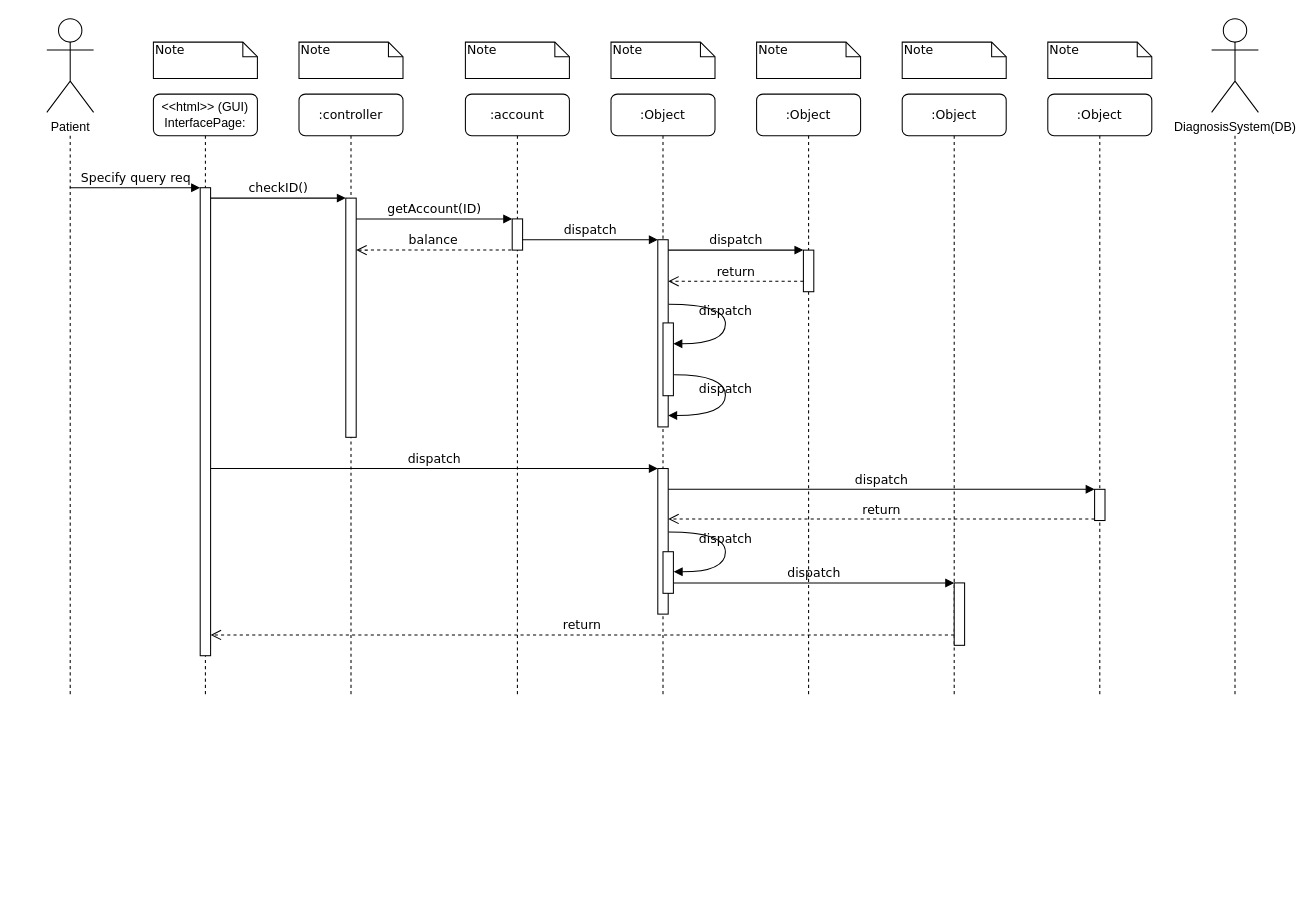
Above: patient/UC4_sequence_diag.drawio in yhb1834/Smart-Health-Prediction-System (draw.io), before the change. Source tidied: cells renumbered, new cells numbered last; positions are measured from the earlier drawing's top-left corner, leaving out a move shared by most shapes. Both pictures are drawn from the tidied source at 104%, with x=0, y=0 at pixel (18, 19).
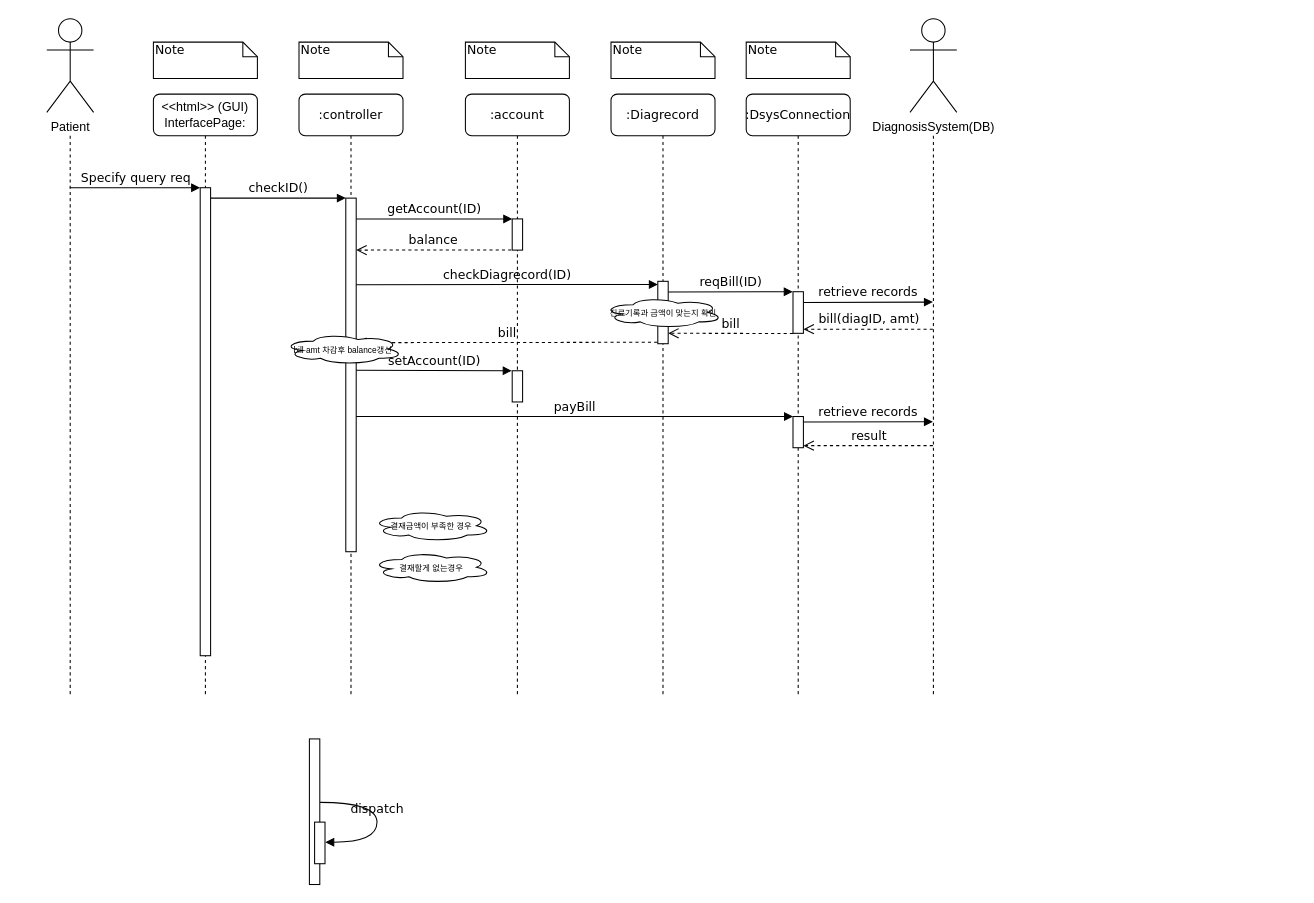
The same diagram, later.

Unchanged cells that the change refers to:
```xml
<mxCell id="2" value=":controller" style="shape=umlLifeline;perimeter=lifelinePerimeter;whiteSpace=wrap;html=1;rounded=1;shadow=0;comic=0;labelBackgroundColor=none;strokeWidth=1;fontFamily=Verdana;fontSize=12;align=center;" parent="1" vertex="1">
  <mxGeometry x="270" y="72" width="100" height="580" as="geometry" />
</mxCell>
<mxCell id="5" style="html=1;points=[];perimeter=orthogonalPerimeter;rounded=0;shadow=0;comic=0;labelBackgroundColor=none;strokeWidth=1;fontFamily=Verdana;fontSize=12;align=center;" parent="4" vertex="1">
  <mxGeometry x="45" y="120" width="10" height="30" as="geometry" />
</mxCell>
<mxCell id="11" style="html=1;points=[];perimeter=orthogonalPerimeter;rounded=0;shadow=0;comic=0;labelBackgroundColor=none;strokeWidth=1;fontFamily=Verdana;fontSize=12;align=center;" parent="10" vertex="1">
  <mxGeometry x="45" y="90" width="10" height="450" as="geometry" />
</mxCell>
```

The edit, as a diff of the source:
```diff
@@
     <mxCell id="3" style="html=1;points=[];perimeter=orthogonalPerimeter;rounded=0;shadow=0;comic=0;labelBackgroundColor=none;strokeWidth=1;fontFamily=Verdana;fontSize=12;align=center;" parent="2" vertex="1">
-      <mxGeometry x="45" y="100" width="10" height="230" as="geometry" />
+      <mxGeometry x="45" y="100" width="10" height="340" as="geometry" />
     </mxCell>
@@
-    <mxCell id="6" value=":Object" style="shape=umlLifeline;perimeter=lifelinePerimeter;whiteSpace=wrap;html=1;rounded=1;shadow=0;comic=0;labelBackgroundColor=none;strokeWidth=1;fontFamily=Verdana;fontSize=12;align=center;" parent="1" vertex="1">
+    <mxCell id="6" value=":Diagrecord" style="shape=umlLifeline;perimeter=lifelinePerimeter;whiteSpace=wrap;html=1;rounded=1;shadow=0;comic=0;labelBackgroundColor=none;strokeWidth=1;fontFamily=Verdana;fontSize=12;align=center;" parent="1" vertex="1">
       <mxGeometry x="570" y="72" width="100" height="580" as="geometry" />
     </mxCell>
-    <mxCell id="7" value=":Object" style="shape=umlLifeline;perimeter=lifelinePerimeter;whiteSpace=wrap;html=1;rounded=1;shadow=0;comic=0;labelBackgroundColor=none;strokeWidth=1;fontFamily=Verdana;fontSize=12;align=center;" parent="1" vertex="1">
-      <mxGeometry x="710" y="72" width="100" height="580" as="geometry" />
-    </mxCell>
-    <mxCell id="8" value=":Object" style="shape=umlLifeline;perimeter=lifelinePerimeter;whiteSpace=wrap;html=1;rounded=1;shadow=0;comic=0;labelBackgroundColor=none;strokeWidth=1;fontFamily=Verdana;fontSize=12;align=center;" parent="1" vertex="1">
-      <mxGeometry x="850" y="72" width="100" height="580" as="geometry" />
-    </mxCell>
-    <mxCell id="9" value=":Object" style="shape=umlLifeline;perimeter=lifelinePerimeter;whiteSpace=wrap;html=1;rounded=1;shadow=0;comic=0;labelBackgroundColor=none;strokeWidth=1;fontFamily=Verdana;fontSize=12;align=center;" parent="1" vertex="1">
-      <mxGeometry x="990" y="72" width="100" height="580" as="geometry" />
+    <mxCell id="9" value=":DsysConnection" style="shape=umlLifeline;perimeter=lifelinePerimeter;whiteSpace=wrap;html=1;rounded=1;shadow=0;comic=0;labelBackgroundColor=none;strokeWidth=1;fontFamily=Verdana;fontSize=12;align=center;" parent="1" vertex="1">
+      <mxGeometry x="700" y="72" width="100" height="580" as="geometry" />
     </mxCell>
+    <mxCell id="19" style="html=1;points=[];perimeter=orthogonalPerimeter;rounded=0;shadow=0;comic=0;labelBackgroundColor=none;strokeColor=#000000;strokeWidth=1;fillColor=#FFFFFF;fontFamily=Verdana;fontSize=12;fontColor=#000000;align=center;" parent="9" vertex="1">
+      <mxGeometry x="45" y="310" width="10" height="30" as="geometry" />
+    </mxCell>
@@
     <mxCell id="12" style="html=1;points=[];perimeter=orthogonalPerimeter;rounded=0;shadow=0;comic=0;labelBackgroundColor=none;strokeWidth=1;fontFamily=Verdana;fontSize=12;align=center;" parent="1" vertex="1">
-      <mxGeometry x="615" y="212" width="10" height="180" as="geometry" />
+      <mxGeometry x="615" y="252" width="10" height="60" as="geometry" />
     </mxCell>
-    <mxCell id="13" value="dispatch" style="html=1;verticalAlign=bottom;endArrow=block;labelBackgroundColor=none;fontFamily=Verdana;fontSize=12;edgeStyle=elbowEdgeStyle;elbow=vertical;" parent="1" edge="1" source="5" target="12">
-      <mxGeometry relative="1" as="geometry">
-        <Array as="points">
-          <mxPoint x="490" y="212" />
-        </Array>
-      </mxGeometry>
-    </mxCell>
-    <mxCell id="14" style="html=1;points=[];perimeter=orthogonalPerimeter;rounded=0;shadow=0;comic=0;labelBackgroundColor=none;strokeWidth=1;fontFamily=Verdana;fontSize=12;align=center;" parent="1" vertex="1">
-      <mxGeometry x="755" y="222" width="10" height="40" as="geometry" />
-    </mxCell>
-    <mxCell id="15" value="dispatch" style="html=1;verticalAlign=bottom;endArrow=block;entryX=0;entryY=0;labelBackgroundColor=none;fontFamily=Verdana;fontSize=12;edgeStyle=elbowEdgeStyle;elbow=vertical;" parent="1" edge="1" source="12" target="14">
-      <mxGeometry relative="1" as="geometry" />
-    </mxCell>
-    <mxCell id="16" value="return" style="html=1;verticalAlign=bottom;endArrow=open;dashed=1;endSize=8;labelBackgroundColor=none;fontFamily=Verdana;fontSize=12;edgeStyle=elbowEdgeStyle;elbow=vertical;" parent="1" edge="1" source="14" target="12">
-      <mxGeometry relative="1" as="geometry">
-        <Array as="points">
-          <mxPoint x="700" y="252" />
-          <mxPoint x="730" y="252" />
-        </Array>
-      </mxGeometry>
-    </mxCell>
     <mxCell id="17" style="html=1;points=[];perimeter=orthogonalPerimeter;rounded=0;shadow=0;comic=0;labelBackgroundColor=none;strokeWidth=1;fontFamily=Verdana;fontSize=12;align=center;" parent="1" vertex="1">
-      <mxGeometry x="615" y="432" width="10" height="140" as="geometry" />
+      <mxGeometry x="280" y="692" width="10" height="140" as="geometry" />
     </mxCell>
-    <mxCell id="18" value="dispatch" style="html=1;verticalAlign=bottom;endArrow=block;entryX=0;entryY=0;labelBackgroundColor=none;fontFamily=Verdana;fontSize=12;" parent="1" edge="1" source="11" target="17">
-      <mxGeometry relative="1" as="geometry" />
-    </mxCell>
-    <mxCell id="19" style="html=1;points=[];perimeter=orthogonalPerimeter;rounded=0;shadow=0;comic=0;labelBackgroundColor=none;strokeColor=#000000;strokeWidth=1;fillColor=#FFFFFF;fontFamily=Verdana;fontSize=12;fontColor=#000000;align=center;" parent="1" vertex="1">
-      <mxGeometry x="1035" y="452" width="10" height="30" as="geometry" />
-    </mxCell>
-    <mxCell id="20" value="dispatch" style="html=1;verticalAlign=bottom;endArrow=block;entryX=0;entryY=0;labelBackgroundColor=none;fontFamily=Verdana;fontSize=12;" parent="1" edge="1" source="17" target="19">
-      <mxGeometry relative="1" as="geometry" />
-    </mxCell>
-    <mxCell id="21" value="return" style="html=1;verticalAlign=bottom;endArrow=open;dashed=1;endSize=8;exitX=0;exitY=0.95;labelBackgroundColor=none;fontFamily=Verdana;fontSize=12;" parent="1" edge="1" source="19" target="17">
-      <mxGeometry relative="1" as="geometry" />
-    </mxCell>
-    <mxCell id="22" style="html=1;points=[];perimeter=orthogonalPerimeter;rounded=0;shadow=0;comic=0;labelBackgroundColor=none;strokeWidth=1;fontFamily=Verdana;fontSize=12;align=center;" parent="1" vertex="1">
-      <mxGeometry x="900" y="542" width="10" height="60" as="geometry" />
-    </mxCell>
-    <mxCell id="23" value="dispatch" style="html=1;verticalAlign=bottom;endArrow=block;entryX=0;entryY=0;labelBackgroundColor=none;fontFamily=Verdana;fontSize=12;edgeStyle=elbowEdgeStyle;elbow=vertical;" parent="1" edge="1" source="30" target="22">
-      <mxGeometry relative="1" as="geometry" />
-    </mxCell>
-    <mxCell id="24" value="return" style="html=1;verticalAlign=bottom;endArrow=open;dashed=1;endSize=8;labelBackgroundColor=none;fontFamily=Verdana;fontSize=12;edgeStyle=elbowEdgeStyle;elbow=vertical;" parent="1" edge="1" source="22" target="11">
-      <mxGeometry relative="1" as="geometry">
-        <Array as="points">
-          <mxPoint x="600" y="592" />
-        </Array>
-      </mxGeometry>
-    </mxCell>
@@
-    <mxCell id="27" style="html=1;points=[];perimeter=orthogonalPerimeter;rounded=0;shadow=0;comic=0;labelBackgroundColor=none;strokeWidth=1;fontFamily=Verdana;fontSize=12;align=center;" parent="1" vertex="1">
-      <mxGeometry x="620" y="292" width="10" height="70" as="geometry" />
-    </mxCell>
-    <mxCell id="28" value="dispatch" style="html=1;verticalAlign=bottom;endArrow=block;labelBackgroundColor=none;fontFamily=Verdana;fontSize=12;elbow=vertical;edgeStyle=orthogonalEdgeStyle;curved=1;entryX=1;entryY=0.286;entryPerimeter=0;exitX=1.038;exitY=0.345;exitPerimeter=0;" parent="1" edge="1" source="12" target="27">
-      <mxGeometry relative="1" as="geometry">
-        <Array as="points">
-          <mxPoint x="680" y="274" />
-          <mxPoint x="680" y="312" />
-        </Array>
-      </mxGeometry>
-    </mxCell>
-    <mxCell id="29" value="dispatch" style="html=1;verticalAlign=bottom;endArrow=block;labelBackgroundColor=none;fontFamily=Verdana;fontSize=12;elbow=vertical;edgeStyle=orthogonalEdgeStyle;curved=1;exitX=1.066;exitY=0.713;exitPerimeter=0;" parent="1" edge="1" source="27">
-      <mxGeometry relative="1" as="geometry">
-        <mxPoint x="625" y="381" as="targetPoint" />
-        <Array as="points">
-          <mxPoint x="680" y="342" />
-          <mxPoint x="680" y="381" />
-        </Array>
-      </mxGeometry>
-    </mxCell>
     <mxCell id="30" style="html=1;points=[];perimeter=orthogonalPerimeter;rounded=0;shadow=0;comic=0;labelBackgroundColor=none;strokeWidth=1;fontFamily=Verdana;fontSize=12;align=center;" parent="1" vertex="1">
-      <mxGeometry x="620" y="512" width="10" height="40" as="geometry" />
+      <mxGeometry x="285" y="772" width="10" height="40" as="geometry" />
     </mxCell>
     <mxCell id="31" value="dispatch" style="html=1;verticalAlign=bottom;endArrow=block;labelBackgroundColor=none;fontFamily=Verdana;fontSize=12;elbow=vertical;edgeStyle=orthogonalEdgeStyle;curved=1;entryX=1;entryY=0.286;entryPerimeter=0;exitX=1.038;exitY=0.345;exitPerimeter=0;" parent="1" edge="1">
       <mxGeometry relative="1" as="geometry">
-        <mxPoint x="625.3" y="493" as="sourcePoint" />
-        <mxPoint x="630.3" y="531.3" as="targetPoint" />
+        <mxPoint x="290.3" y="753" as="sourcePoint" />
+        <mxPoint x="295.3" y="791.3" as="targetPoint" />
         <Array as="points">
-          <mxPoint x="680" y="493" />
-          <mxPoint x="680" y="531" />
+          <mxPoint x="345" y="753" />
+          <mxPoint x="345" y="791" />
         </Array>
       </mxGeometry>
     </mxCell>
@@
-    <mxCell id="36" value="Note" style="shape=note;whiteSpace=wrap;html=1;size=14;verticalAlign=top;align=left;spacingTop=-6;rounded=0;shadow=0;comic=0;labelBackgroundColor=none;strokeWidth=1;fontFamily=Verdana;fontSize=12;" parent="1" vertex="1">
-      <mxGeometry x="710" y="22" width="100" height="35" as="geometry" />
-    </mxCell>
-    <mxCell id="37" value="Note" style="shape=note;whiteSpace=wrap;html=1;size=14;verticalAlign=top;align=left;spacingTop=-6;rounded=0;shadow=0;comic=0;labelBackgroundColor=none;strokeWidth=1;fontFamily=Verdana;fontSize=12;" parent="1" vertex="1">
-      <mxGeometry x="850" y="22" width="100" height="35" as="geometry" />
-    </mxCell>
     <mxCell id="38" value="Note" style="shape=note;whiteSpace=wrap;html=1;size=14;verticalAlign=top;align=left;spacingTop=-6;rounded=0;shadow=0;comic=0;labelBackgroundColor=none;strokeWidth=1;fontFamily=Verdana;fontSize=12;" parent="1" vertex="1">
-      <mxGeometry x="990" y="22" width="100" height="35" as="geometry" />
+      <mxGeometry x="700" y="22" width="100" height="35" as="geometry" />
     </mxCell>
@@
     <mxCell id="41" style="shape=umlLifeline;perimeter=lifelinePerimeter;whiteSpace=wrap;html=1;outlineConnect=0;rounded=1;shadow=0;comic=0;labelBackgroundColor=none;strokeWidth=1;fontFamily=Verdana;fontSize=12;align=center;size=0;" parent="1" vertex="1">
-      <mxGeometry x="1120" y="112" width="100" height="540" as="geometry" />
+      <mxGeometry x="830" y="112" width="100" height="540" as="geometry" />
     </mxCell>
     <mxCell id="42" value="DiagnosisSystem(DB)&lt;br&gt;" style="shape=umlActor;verticalLabelPosition=bottom;verticalAlign=top;html=1;" parent="1" vertex="1">
-      <mxGeometry x="1147.5" y="-0.5" width="45" height="90" as="geometry" />
+      <mxGeometry x="857.5" y="-0.5" width="45" height="90" as="geometry" />
     </mxCell>
@@
+    <mxCell id="45" value="setAccount(ID)" style="html=1;verticalAlign=bottom;endArrow=block;entryX=-0.051;entryY=-0.006;labelBackgroundColor=none;fontFamily=Verdana;fontSize=12;edgeStyle=elbowEdgeStyle;elbow=vertical;entryDx=0;entryDy=0;entryPerimeter=0;" parent="1" edge="1" target="46">
+      <mxGeometry relative="1" as="geometry">
+        <mxPoint x="325" y="337.5" as="sourcePoint" />
+      </mxGeometry>
+    </mxCell>
+    <mxCell id="46" style="html=1;points=[];perimeter=orthogonalPerimeter;rounded=0;shadow=0;comic=0;labelBackgroundColor=none;strokeWidth=1;fontFamily=Verdana;fontSize=12;align=center;" parent="1" vertex="1">
+      <mxGeometry x="475" y="338" width="10" height="30" as="geometry" />
+    </mxCell>
+    <mxCell id="47" value="checkDiagrecord(ID)" style="html=1;verticalAlign=bottom;endArrow=block;labelBackgroundColor=none;fontFamily=Verdana;fontSize=12;edgeStyle=elbowEdgeStyle;elbow=vertical;exitX=1.1;exitY=0.611;exitDx=0;exitDy=0;exitPerimeter=0;" parent="1" edge="1">
+      <mxGeometry relative="1" as="geometry">
+        <mxPoint x="325" y="255.3" as="sourcePoint" />
+        <mxPoint x="615" y="255" as="targetPoint" />
+        <Array as="points">
+          <mxPoint x="515" y="255" />
+        </Array>
+      </mxGeometry>
+    </mxCell>
+    <mxCell id="48" style="html=1;points=[];perimeter=orthogonalPerimeter;rounded=0;shadow=0;comic=0;labelBackgroundColor=none;strokeColor=#000000;strokeWidth=1;fillColor=#FFFFFF;fontFamily=Verdana;fontSize=12;fontColor=#000000;align=center;" parent="1" vertex="1">
+      <mxGeometry x="745" y="262" width="10" height="40" as="geometry" />
+    </mxCell>
+    <mxCell id="49" value="reqBill(ID)" style="html=1;verticalAlign=bottom;endArrow=block;labelBackgroundColor=none;fontFamily=Verdana;fontSize=12;edgeStyle=elbowEdgeStyle;elbow=vertical;exitX=1.1;exitY=0.611;exitDx=0;exitDy=0;exitPerimeter=0;entryX=-0.035;entryY=0.088;entryDx=0;entryDy=0;entryPerimeter=0;" parent="1" edge="1">
+      <mxGeometry relative="1" as="geometry">
+        <mxPoint x="625" y="262.3" as="sourcePoint" />
+        <mxPoint x="744.7" y="261.6" as="targetPoint" />
+        <Array as="points">
+          <mxPoint x="815" y="262" />
+        </Array>
+      </mxGeometry>
+    </mxCell>
+    <mxCell id="50" value="bill(diagID, amt)" style="html=1;verticalAlign=bottom;endArrow=open;dashed=1;endSize=8;labelBackgroundColor=none;fontFamily=Verdana;fontSize=12;" parent="1" edge="1">
+      <mxGeometry relative="1" as="geometry">
+        <mxPoint x="879.5" y="298" as="sourcePoint" />
+        <mxPoint x="755" y="298" as="targetPoint" />
+      </mxGeometry>
+    </mxCell>
+    <mxCell id="51" value="retrieve records" style="html=1;verticalAlign=bottom;endArrow=block;labelBackgroundColor=none;fontFamily=Verdana;fontSize=12;edgeStyle=elbowEdgeStyle;elbow=vertical;exitX=1.1;exitY=0.611;exitDx=0;exitDy=0;exitPerimeter=0;" parent="1" edge="1" target="41">
+      <mxGeometry relative="1" as="geometry">
+        <mxPoint x="755" y="272.3" as="sourcePoint" />
+        <Array as="points">
+          <mxPoint x="945" y="272" />
+        </Array>
+      </mxGeometry>
+    </mxCell>
+    <mxCell id="52" value="payBill" style="html=1;verticalAlign=bottom;endArrow=block;labelBackgroundColor=none;fontFamily=Verdana;fontSize=12;edgeStyle=elbowEdgeStyle;elbow=vertical;" parent="1" edge="1" source="3">
+      <mxGeometry relative="1" as="geometry">
+        <mxPoint x="745" y="382" as="targetPoint" />
+      </mxGeometry>
+    </mxCell>
+    <mxCell id="53" value="bill" style="html=1;verticalAlign=bottom;endArrow=open;dashed=1;endSize=8;labelBackgroundColor=none;fontFamily=Verdana;fontSize=12;exitX=-0.001;exitY=1.003;exitDx=0;exitDy=0;exitPerimeter=0;" parent="1" edge="1" source="48">
+      <mxGeometry relative="1" as="geometry">
+        <mxPoint x="625" y="302" as="targetPoint" />
+      </mxGeometry>
+    </mxCell>
+    <mxCell id="54" value="bill" style="html=1;verticalAlign=bottom;endArrow=open;dashed=1;endSize=8;labelBackgroundColor=none;fontFamily=Verdana;fontSize=12;exitX=-0.049;exitY=0.29;exitDx=0;exitDy=0;exitPerimeter=0;" parent="1" edge="1">
+      <mxGeometry relative="1" as="geometry">
+        <mxPoint x="614.5" y="310.6" as="sourcePoint" />
+        <mxPoint x="325" y="311" as="targetPoint" />
+      </mxGeometry>
+    </mxCell>
+    <mxCell id="55" value="&lt;font style=&quot;font-size: 8px&quot;&gt;진료기록과 금액이 맞는지 확인&lt;/font&gt;" style="ellipse;shape=cloud;whiteSpace=wrap;html=1;" parent="1" vertex="1">
+      <mxGeometry x="562.5" y="267" width="115" height="30" as="geometry" />
+    </mxCell>
+    <mxCell id="56" value="&lt;span style=&quot;font-size: 8px&quot;&gt;bill amt 차감후 balance갱신&lt;br&gt;&lt;/span&gt;" style="ellipse;shape=cloud;whiteSpace=wrap;html=1;" parent="1" vertex="1">
+      <mxGeometry x="255" y="302" width="115" height="30" as="geometry" />
+    </mxCell>
+    <mxCell id="57" value="&lt;span style=&quot;font-size: 8px&quot;&gt;결재할게 없는경우&lt;br&gt;&lt;/span&gt;" style="ellipse;shape=cloud;whiteSpace=wrap;html=1;" parent="1" vertex="1">
+      <mxGeometry x="340" y="512" width="115" height="30" as="geometry" />
+    </mxCell>
+    <mxCell id="58" value="&lt;span style=&quot;font-size: 8px&quot;&gt;결재금액이 부족한 경우&lt;br&gt;&lt;/span&gt;" style="ellipse;shape=cloud;whiteSpace=wrap;html=1;" parent="1" vertex="1">
+      <mxGeometry x="340" y="472" width="115" height="30" as="geometry" />
+    </mxCell>
+    <mxCell id="59" value="retrieve records" style="html=1;verticalAlign=bottom;endArrow=block;labelBackgroundColor=none;fontFamily=Verdana;fontSize=12;edgeStyle=elbowEdgeStyle;elbow=vertical;exitX=1.1;exitY=0.611;exitDx=0;exitDy=0;exitPerimeter=0;" parent="1" edge="1">
+      <mxGeometry relative="1" as="geometry">
+        <mxPoint x="755" y="387.3" as="sourcePoint" />
+        <mxPoint x="879.5" y="387" as="targetPoint" />
+        <Array as="points">
+          <mxPoint x="945" y="387" />
+        </Array>
+      </mxGeometry>
+    </mxCell>
+    <mxCell id="60" value="result" style="html=1;verticalAlign=bottom;endArrow=open;dashed=1;endSize=8;labelBackgroundColor=none;fontFamily=Verdana;fontSize=12;" parent="1" edge="1">
+      <mxGeometry relative="1" as="geometry">
+        <mxPoint x="879.5" y="410" as="sourcePoint" />
+        <mxPoint x="755" y="410" as="targetPoint" />
+      </mxGeometry>
+    </mxCell>
```
